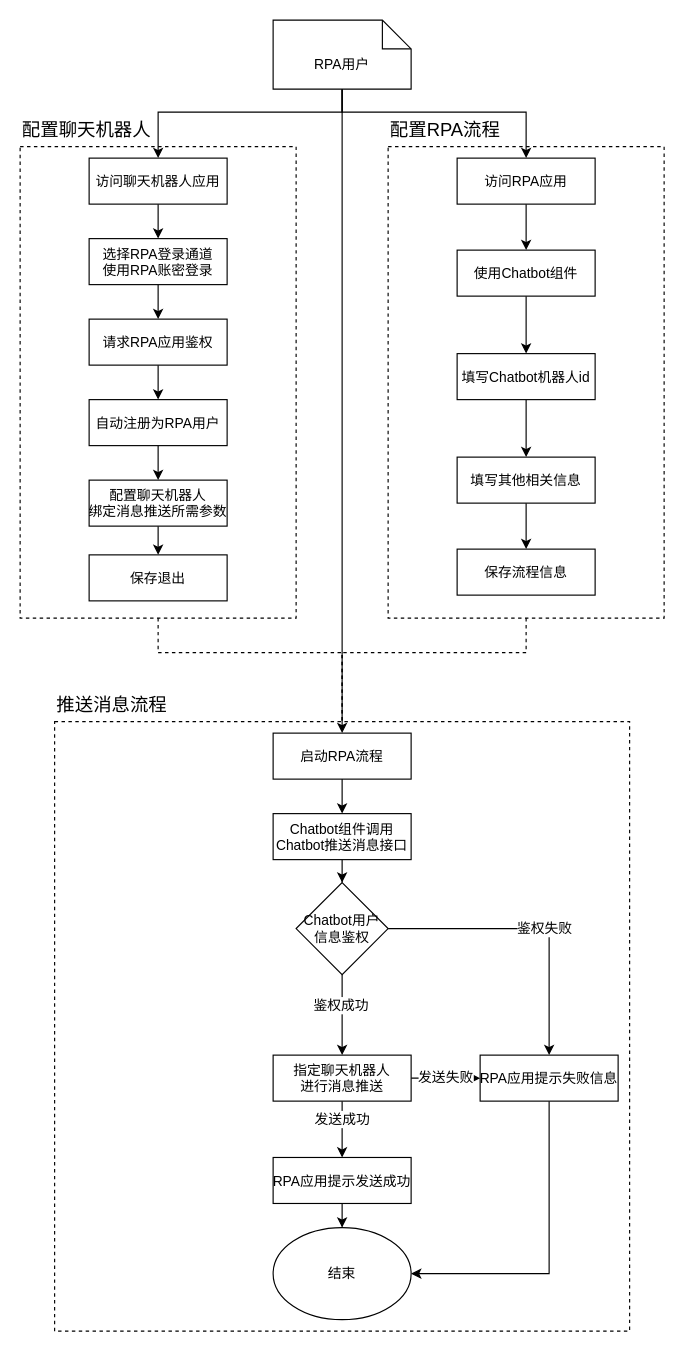
Earlier version of the draw.io diagram 未命名绘图.drawio (ColonelDarcy2018/excelsior). Source tidied: cells renumbered, new cells numbered last; positions are measured from the earlier drawing's top-left corner, leaving out a move shared by most shapes. Both pictures are drawn from the tidied source at 115%, with x=0, y=0 at pixel (20, 20).
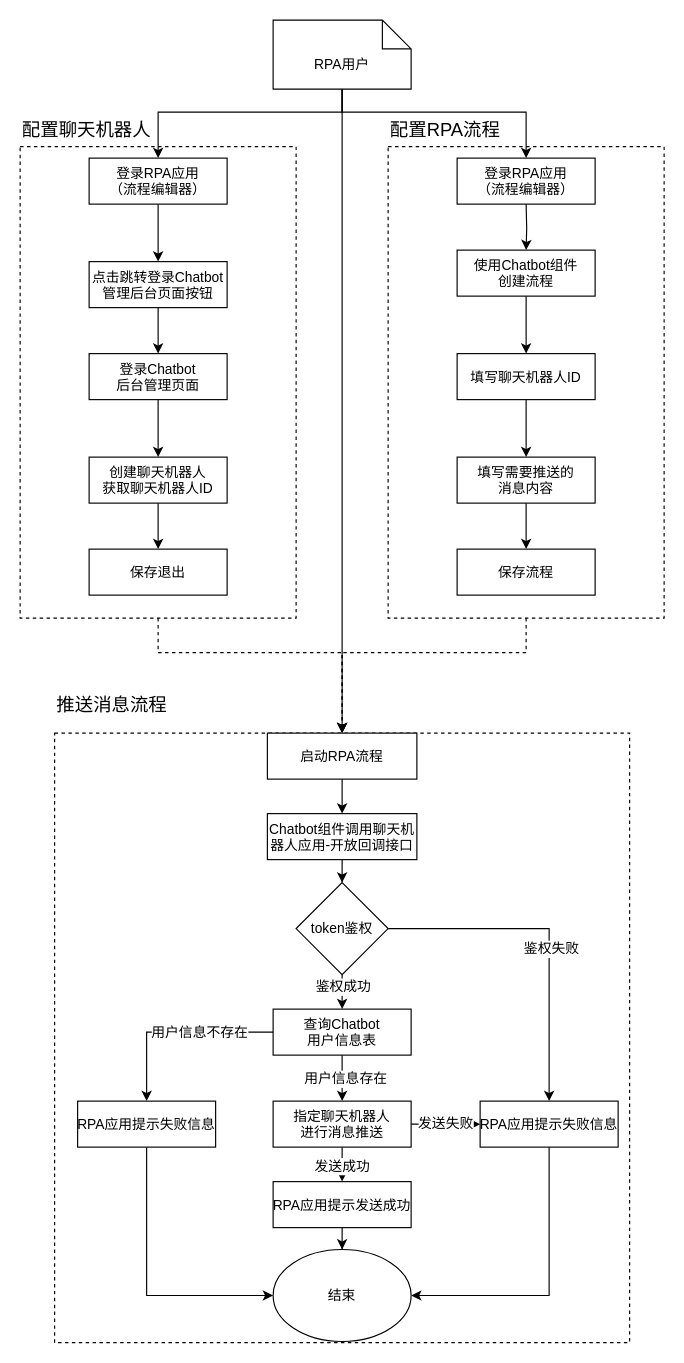
After the change.

Commit message:
更新基于RPA与聊天机器人的一种消息推送方法实施图1.drawio

Unchanged cells that the change refers to:
```xml
<mxCell id="5" value="RPA用户" style="shape=note2;boundedLbl=1;whiteSpace=wrap;html=1;size=25;verticalAlign=top;align=center;" parent="1" vertex="1">
  <mxGeometry x="220" width="120" height="60" as="geometry" />
</mxCell>
```

Change to the diagram source:
```diff
@@
-    <mxCell id="7" value="选择RPA登录通道&#10;使用RPA账密登录" style="fontStyle=0;fontSize=12;" parent="1" vertex="1">
-      <mxGeometry x="60" y="190" width="120" height="40" as="geometry" />
+    <mxCell id="7" value="点击跳转登录Chatbot&#10;管理后台页面按钮" style="fontStyle=0;fontSize=12;" parent="1" vertex="1">
+      <mxGeometry x="60" y="210" width="120" height="40" as="geometry" />
     </mxCell>
@@
-    <mxCell id="9" value="请求RPA应用鉴权" style="fontStyle=0;fontSize=12;" parent="1" vertex="1">
-      <mxGeometry x="60" y="260" width="120" height="40" as="geometry" />
+    <mxCell id="9" value="登录Chatbot&#10;后台管理页面" style="fontStyle=0;fontSize=12;" parent="1" vertex="1">
+      <mxGeometry x="60" y="290" width="120" height="40" as="geometry" />
     </mxCell>
-    <mxCell id="10" style="edgeStyle=orthogonalEdgeStyle;rounded=0;jettySize=auto;html=1;fontFamily=Helvetica;fontSize=12;fontColor=default;" parent="1" edge="1" source="11" target="18">
-      <mxGeometry relative="1" as="geometry" />
-    </mxCell>
+    <mxCell id="52" style="edgeStyle=orthogonalEdgeStyle;rounded=0;jettySize=auto;html=1;" parent="1" edge="1" source="11" target="34">
+      <mxGeometry relative="1" as="geometry" />
+    </mxCell>
-    <mxCell id="11" value="自动注册为RPA用户" style="fontStyle=0;fontSize=12;" parent="1" vertex="1">
-      <mxGeometry x="60" y="330" width="120" height="40" as="geometry" />
+    <mxCell id="11" value="创建聊天机器人&#10;获取聊天机器人ID" style="fontStyle=0;fontSize=12;" parent="1" vertex="1">
+      <mxGeometry x="60" y="380" width="120" height="40" as="geometry" />
     </mxCell>
@@
-    <mxCell id="16" value="使用Chatbot组件" style="fontStyle=0;fontSize=12;" parent="1" vertex="1">
+    <mxCell id="16" value="使用Chatbot组件&#10;创建流程" style="fontStyle=0;fontSize=12;" parent="1" vertex="1">
       <mxGeometry x="380" y="200" width="120" height="40" as="geometry" />
     </mxCell>
-    <mxCell id="17" style="edgeStyle=orthogonalEdgeStyle;rounded=0;jettySize=auto;html=1;fontFamily=Helvetica;fontSize=12;fontColor=default;" parent="1" edge="1" source="18" target="34">
-      <mxGeometry relative="1" as="geometry" />
-    </mxCell>
-    <mxCell id="18" value="配置聊天机器人&#10;绑定消息推送所需参数" style="fontStyle=0;fontSize=12;" parent="1" vertex="1">
-      <mxGeometry x="60" y="400" width="120" height="40" as="geometry" />
-    </mxCell>
     <mxCell id="19" style="fontStyle=0;dashed=1;" parent="1" vertex="1">
-      <mxGeometry x="30" y="610" width="500" height="530" as="geometry" />
+      <mxGeometry x="30" y="620" width="500" height="530" as="geometry" />
     </mxCell>
@@
-    <mxCell id="21" value="Chatbot组件调用&#10;Chatbot推送消息接口" style="fontStyle=0;fontSize=12;" parent="1" vertex="1">
-      <mxGeometry x="220" y="690" width="120" height="40" as="geometry" />
+    <mxCell id="21" value="Chatbot组件调用聊天机&#10;器人应用-开放回调接口" style="fontStyle=0;fontSize=12;" parent="1" vertex="1">
+      <mxGeometry x="215" y="690" width="130" height="40" as="geometry" />
     </mxCell>
@@
     <mxCell id="27" value="指定聊天机器人&#10;进行消息推送" style="fontStyle=0;fontSize=12;" parent="1" vertex="1">
-      <mxGeometry x="220" y="900" width="120" height="40" as="geometry" />
+      <mxGeometry x="220" y="940" width="120" height="40" as="geometry" />
     </mxCell>
@@
-    <mxCell id="31" value="填写Chatbot机器人id" style="fontStyle=0;fontSize=12;" parent="1" vertex="1">
+    <mxCell id="31" value="填写聊天机器人ID" style="fontStyle=0;fontSize=12;" parent="1" vertex="1">
       <mxGeometry x="380" y="290" width="120" height="40" as="geometry" />
     </mxCell>
@@
-    <mxCell id="33" value="填写其他相关信息" style="fontStyle=0;fontSize=12;" parent="1" vertex="1">
+    <mxCell id="33" value="填写需要推送的&#10;消息内容" style="fontStyle=0;fontSize=12;" parent="1" vertex="1">
       <mxGeometry x="380" y="380" width="120" height="40" as="geometry" />
     </mxCell>
     <mxCell id="34" value="保存退出" style="fontStyle=0;fontSize=12;" parent="1" vertex="1">
-      <mxGeometry x="60" y="465" width="120" height="40" as="geometry" />
+      <mxGeometry x="60" y="460" width="120" height="40" as="geometry" />
     </mxCell>
-    <mxCell id="35" value="保存流程信息" style="fontStyle=0;fontSize=12;" parent="1" vertex="1">
+    <mxCell id="35" value="保存流程" style="fontStyle=0;fontSize=12;" parent="1" vertex="1">
       <mxGeometry x="380" y="460" width="120" height="40" as="geometry" />
     </mxCell>
-    <mxCell id="36" style="edgeStyle=orthogonalEdgeStyle;rounded=0;jettySize=auto;html=1;entryX=0.5;entryY=0;entryDx=0;entryDy=0;fontFamily=Helvetica;fontSize=12;fontColor=default;" parent="1" edge="1" source="5" target="51">
+    <mxCell id="36" style="edgeStyle=orthogonalEdgeStyle;rounded=0;jettySize=auto;html=1;entryX=0.5;entryY=0;entryDx=0;entryDy=0;fontFamily=Helvetica;fontSize=12;fontColor=default;" parent="1" edge="1" source="5">
       <mxGeometry relative="1" as="geometry">
+        <mxPoint x="440" y="120" as="targetPoint" />
         <Array as="points">
           <mxPoint x="280" y="80" />
           <mxPoint x="440" y="80" />
         </Array>
       </mxGeometry>
     </mxCell>
@@
     <mxCell id="38" value="启动RPA流程" style="fontStyle=0;fontSize=12;" parent="1" vertex="1">
-      <mxGeometry x="220" y="620" width="120" height="40" as="geometry" />
+      <mxGeometry x="215" y="620" width="130" height="40" as="geometry" />
     </mxCell>
@@
     <mxCell id="40" style="edgeStyle=orthogonalEdgeStyle;rounded=0;jettySize=auto;html=1;entryX=1;entryY=0.5;entryDx=0;entryDy=0;fontFamily=Helvetica;fontSize=12;fontColor=default;" parent="1" edge="1" source="41" target="47">
       <mxGeometry relative="1" as="geometry">
         <Array as="points">
-          <mxPoint x="460" y="1090" />
+          <mxPoint x="460" y="1109" />
         </Array>
       </mxGeometry>
     </mxCell>
     <mxCell id="41" value="RPA应用提示失败信息" style="fontStyle=0;fontSize=12;" parent="1" vertex="1">
-      <mxGeometry x="400" y="900" width="120" height="40" as="geometry" />
+      <mxGeometry x="400" y="940" width="120" height="40" as="geometry" />
     </mxCell>
@@
     <mxCell id="43" value="RPA应用提示发送成功" style="fontStyle=0;fontSize=12;" parent="1" vertex="1">
-      <mxGeometry x="220" y="989" width="120" height="40" as="geometry" />
+      <mxGeometry x="220" y="1010" width="120" height="40" as="geometry" />
     </mxCell>
-    <mxCell id="44" style="edgeStyle=orthogonalEdgeStyle;rounded=0;jettySize=auto;html=1;entryX=0.5;entryY=0;entryDx=0;entryDy=0;fontFamily=Helvetica;fontSize=12;fontColor=default;" parent="1" edge="1" source="46" target="27">
+    <mxCell id="44" style="edgeStyle=orthogonalEdgeStyle;rounded=0;jettySize=auto;html=1;fontFamily=Helvetica;fontSize=12;fontColor=default;entryX=0.5;entryY=0;entryDx=0;entryDy=0;" parent="1" edge="1" source="46" target="58">
       <mxGeometry relative="1" as="geometry" />
     </mxCell>
     <mxCell id="45" value="鉴权成功" style="edgeLabel;html=1;align=center;verticalAlign=middle;fontSize=12;fontFamily=Helvetica;fontColor=default;" parent="44" vertex="1">
-      <mxGeometry x="-0.25" y="-2" relative="1" as="geometry" />
+      <mxGeometry x="-0.25" y="-2" relative="1" as="geometry">
+        <mxPoint x="2" y="-9" as="offset" />
+      </mxGeometry>
     </mxCell>
-    <mxCell id="46" value="&lt;span style=&quot;&quot;&gt;Chatbot&lt;/span&gt;&lt;span style=&quot;&quot;&gt;用户信息鉴权&lt;/span&gt;" style="rhombus;whiteSpace=wrap;html=1;fontFamily=Helvetica;fontSize=12;fontColor=default;" parent="1" vertex="1">
+    <mxCell id="46" value="&lt;p style=&quot;margin: 0pt 0pt 0.0001pt; text-align: justify; font-family: &amp;quot;Times New Roman&amp;quot;;&quot; class=&quot;MsoNormal&quot;&gt;&lt;span style=&quot;font-family: SimSun;&quot;&gt;&lt;font style=&quot;font-size: 12px;&quot;&gt;token鉴权&lt;/font&gt;&lt;/span&gt;&lt;/p&gt;" style="rhombus;whiteSpace=wrap;html=1;fontFamily=Helvetica;fontSize=12;fontColor=default;" parent="1" vertex="1">
       <mxGeometry x="240" y="750" width="80" height="80" as="geometry" />
     </mxCell>
     <mxCell id="47" value="结束" style="ellipse;whiteSpace=wrap;html=1;fontFamily=Helvetica;fontSize=12;fontColor=default;" parent="1" vertex="1">
-      <mxGeometry x="220" y="1050" width="120" height="80" as="geometry" />
+      <mxGeometry x="220" y="1069" width="120" height="80" as="geometry" />
     </mxCell>
@@
-    <mxCell id="49" value="访问聊天机器人应用" style="fontStyle=0;fontSize=12;" parent="1" vertex="1">
+    <mxCell id="49" value="登录RPA应用&#10;（流程编辑器）" style="fontStyle=0;fontSize=12;" parent="1" vertex="1">
       <mxGeometry x="60" y="120" width="120" height="40" as="geometry" />
     </mxCell>
-    <mxCell id="50" style="edgeStyle=orthogonalEdgeStyle;rounded=0;jettySize=auto;html=1;entryX=0.5;entryY=0;entryDx=0;entryDy=0;fontFamily=Helvetica;fontSize=12;fontColor=default;" parent="1" edge="1" source="51" target="16">
-      <mxGeometry relative="1" as="geometry" />
+    <mxCell id="50" style="edgeStyle=orthogonalEdgeStyle;rounded=0;jettySize=auto;html=1;entryX=0.5;entryY=0;entryDx=0;entryDy=0;fontFamily=Helvetica;fontSize=12;fontColor=default;" parent="1" edge="1" target="16">
+      <mxGeometry relative="1" as="geometry">
+        <mxPoint x="440" y="160" as="sourcePoint" />
+      </mxGeometry>
     </mxCell>
-    <mxCell id="51" value="访问RPA应用" style="fontStyle=0;fontSize=12;" parent="1" vertex="1">
-      <mxGeometry x="380" y="120" width="120" height="40" as="geometry" />
-    </mxCell>
+    <mxCell id="53" value="登录RPA应用&#10;（流程编辑器）" style="fontStyle=0;fontSize=12;" parent="1" vertex="1">
+      <mxGeometry x="380" y="120" width="120" height="40" as="geometry" />
+    </mxCell>
+    <mxCell id="54" style="edgeStyle=orthogonalEdgeStyle;rounded=0;jettySize=auto;html=1;entryX=0.5;entryY=0;entryDx=0;entryDy=0;fontSize=12;" parent="1" edge="1" source="58" target="27">
+      <mxGeometry relative="1" as="geometry" />
+    </mxCell>
+    <mxCell id="55" value="用户信息存在" style="edgeLabel;html=1;align=center;verticalAlign=middle;fontSize=12;" parent="54" vertex="1">
+      <mxGeometry y="2" relative="1" as="geometry" />
+    </mxCell>
+    <mxCell id="56" style="edgeStyle=orthogonalEdgeStyle;rounded=0;jettySize=auto;html=1;fontSize=12;" parent="1" edge="1" source="58" target="60">
+      <mxGeometry relative="1" as="geometry" />
+    </mxCell>
+    <mxCell id="57" value="用户信息不存在" style="edgeLabel;html=1;align=center;verticalAlign=middle;fontSize=12;" parent="56" vertex="1">
+      <mxGeometry x="-0.23" relative="1" as="geometry" />
+    </mxCell>
+    <mxCell id="58" value="查询Chatbot&#10;用户信息表" style="fontStyle=0;fontSize=12;" parent="1" vertex="1">
+      <mxGeometry x="220" y="860" width="120" height="40" as="geometry" />
+    </mxCell>
+    <mxCell id="59" style="edgeStyle=orthogonalEdgeStyle;rounded=0;jettySize=auto;html=1;entryX=0;entryY=0.5;entryDx=0;entryDy=0;fontSize=12;" parent="1" edge="1" source="60" target="47">
+      <mxGeometry relative="1" as="geometry">
+        <Array as="points">
+          <mxPoint x="110" y="1109" />
+        </Array>
+      </mxGeometry>
+    </mxCell>
+    <mxCell id="60" value="RPA应用提示失败信息" style="fontStyle=0;fontSize=12;" parent="1" vertex="1">
+      <mxGeometry x="50" y="940" width="120" height="40" as="geometry" />
+    </mxCell>
```
